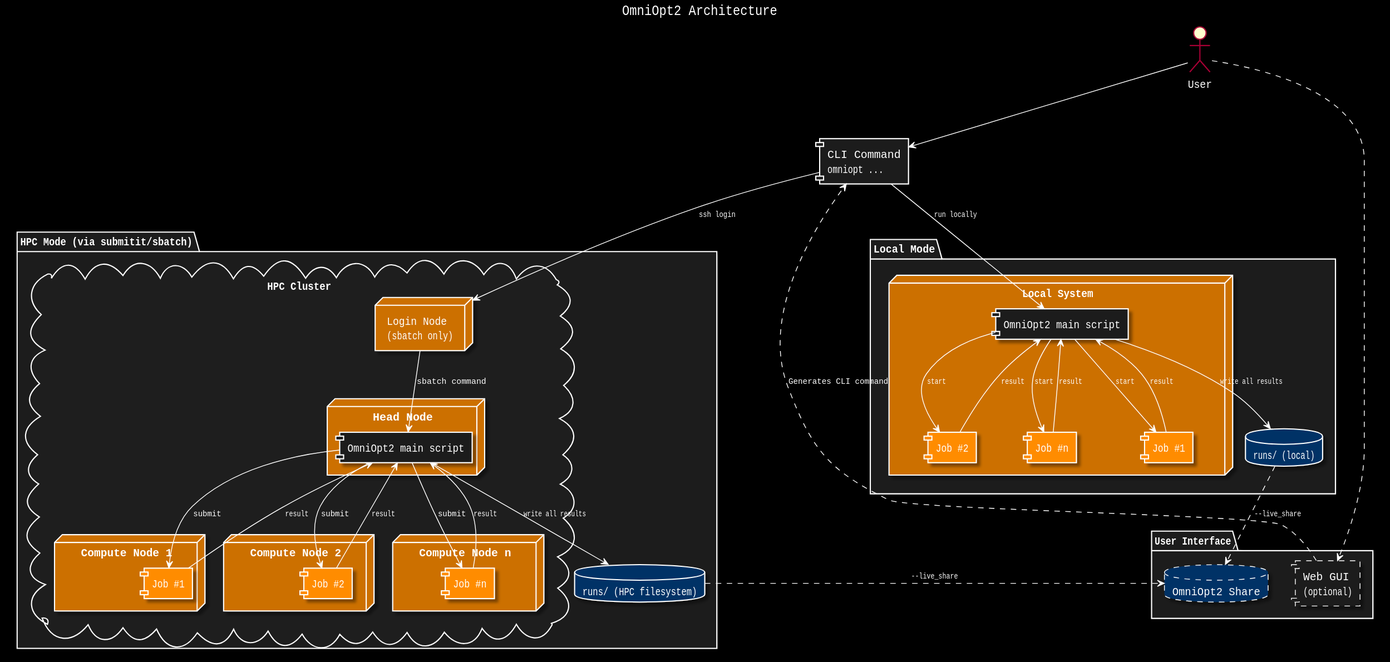
The PlantUML diagram .gui/documentation/output_dark/architecture.svg in NormanTUD/OmniOpt, before a commit.
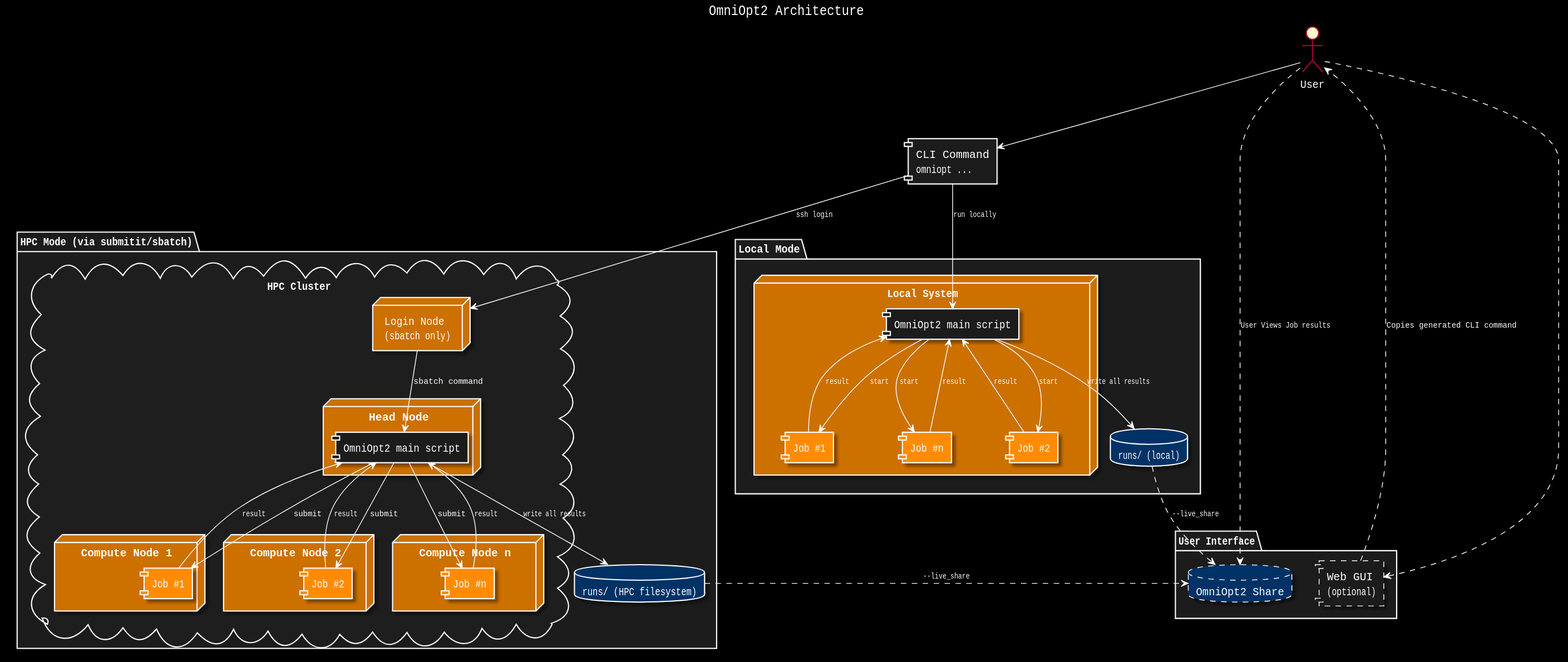
After the commit.

Diff of the diagram source:
```diff
@@ -36,9 +36,10 @@
 
 component "CLI Command\nomniopt ..." as CLI
 
-GUI ..> CLI : Generates CLI command
 User ..> GUI
+GUI ..> User : Copies generated CLI command
 User --> CLI
+User ..> Share : User Views Job results
 
 package "Local Mode" {
   database "runs/ (local)" as LocalRuns
```
